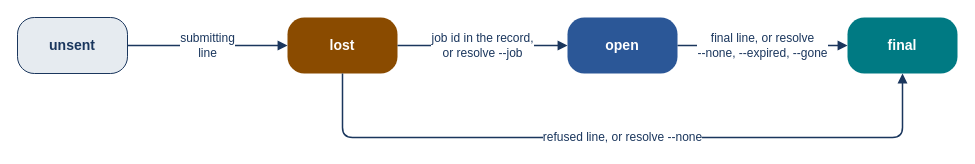
Earlier version of the draw.io diagram content/figs/order-states.drawio (ENCCS/eurohpc-qdevices). Source tidied: cells renumbered, new cells numbered last; positions are measured from the earlier drawing's top-left corner, leaving out a move shared by most shapes. Both pictures are drawn from the tidied source at 100%, with x=0, y=0 at pixel (17, 17).
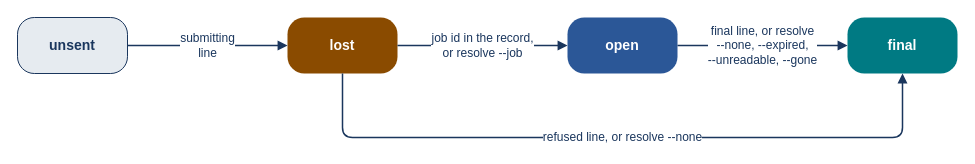
The same diagram, later.

Diff of the diagram source:
```diff
@@
 <mxGraphModel background="#ffffff">
   <root>
     <mxCell id="0" />
     <mxCell id="1" parent="0" />
     <mxCell id="2" value="&lt;b&gt;unsent&lt;/b&gt;" style="rounded=1;arcSize=30;whiteSpace=wrap;html=1;fillColor=#e6ebf0;strokeColor=#1a365d;fontColor=#1a365d;fontSize=14;fontFamily=Helvetica;" parent="1" vertex="1">
       <mxGeometry width="110" height="56" as="geometry" />
     </mxCell>
     <mxCell id="3" value="&lt;b&gt;lost&lt;/b&gt;" style="rounded=1;arcSize=30;whiteSpace=wrap;html=1;fillColor=#8a4b00;strokeColor=none;fontColor=#ffffff;fontSize=14;fontFamily=Helvetica;" parent="1" vertex="1">
       <mxGeometry x="270" width="110" height="56" as="geometry" />
     </mxCell>
     <mxCell id="4" value="&lt;b&gt;open&lt;/b&gt;" style="rounded=1;arcSize=30;whiteSpace=wrap;html=1;fillColor=#2b5797;strokeColor=none;fontColor=#ffffff;fontSize=14;fontFamily=Helvetica;" parent="1" vertex="1">
       <mxGeometry x="550" width="110" height="56" as="geometry" />
     </mxCell>
     <mxCell id="5" value="&lt;b&gt;final&lt;/b&gt;" style="rounded=1;arcSize=30;whiteSpace=wrap;html=1;fillColor=#007a83;strokeColor=none;fontColor=#ffffff;fontSize=14;fontFamily=Helvetica;" parent="1" vertex="1">
       <mxGeometry x="830" width="110" height="56" as="geometry" />
     </mxCell>
     <mxCell id="6" value="submitting&lt;br&gt;line" style="edgeStyle=none;endArrow=block;html=1;strokeColor=#1a365d;strokeWidth=1.5;fontSize=12;fontFamily=Helvetica;fontColor=#1a365d;labelBackgroundColor=#ffffff;" parent="1" edge="1" source="2" target="3">
       <mxGeometry relative="1" as="geometry" />
     </mxCell>
     <mxCell id="7" value="job id in the record,&lt;br&gt;or resolve --job" style="edgeStyle=none;endArrow=block;html=1;strokeColor=#1a365d;strokeWidth=1.5;fontSize=12;fontFamily=Helvetica;fontColor=#1a365d;labelBackgroundColor=#ffffff;" parent="1" edge="1" source="3" target="4">
       <mxGeometry relative="1" as="geometry" />
     </mxCell>
-    <mxCell id="8" value="final line, or resolve&lt;br&gt;--none, --expired, --gone" style="edgeStyle=none;endArrow=block;html=1;strokeColor=#1a365d;strokeWidth=1.5;fontSize=12;fontFamily=Helvetica;fontColor=#1a365d;labelBackgroundColor=#ffffff;" parent="1" edge="1" source="4" target="5">
+    <mxCell id="8" value="final line, or resolve&lt;br&gt;--none, --expired,&lt;br&gt;--unreadable, --gone" style="edgeStyle=none;endArrow=block;html=1;strokeColor=#1a365d;strokeWidth=1.5;fontSize=12;fontFamily=Helvetica;fontColor=#1a365d;labelBackgroundColor=#ffffff;" parent="1" edge="1" source="4" target="5">
       <mxGeometry relative="1" as="geometry" />
     </mxCell>
     <mxCell id="9" value="refused line, or resolve --none" style="edgeStyle=orthogonalEdgeStyle;rounded=1;endArrow=block;html=1;strokeColor=#1a365d;strokeWidth=1.5;exitX=0.5;exitY=1;entryX=0.5;entryY=1;fontSize=12;fontFamily=Helvetica;fontColor=#1a365d;labelBackgroundColor=#ffffff;" parent="1" edge="1" source="3" target="5">
       <mxGeometry relative="1" as="geometry">
         <Array as="points">
           <mxPoint x="325" y="120" />
           <mxPoint x="885" y="120" />
         </Array>
       </mxGeometry>
     </mxCell>
   </root>
 </mxGraphModel>
```
